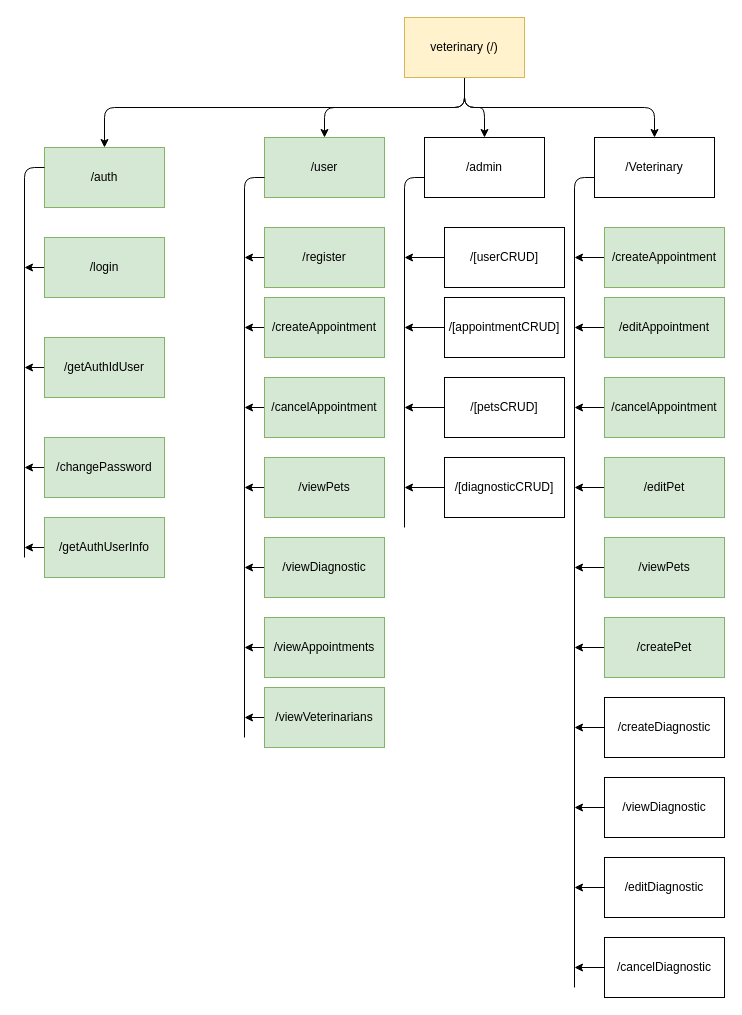
Above: diagrams/NAV.drawio in fernandoach/API-VETERINARY (draw.io), before the change. Source tidied: cells renumbered, new cells numbered last; positions are measured from the earlier drawing's top-left corner, leaving out a move shared by most shapes. Both pictures are drawn from the tidied source at 100%, with x=0, y=0 at pixel (24, 17).
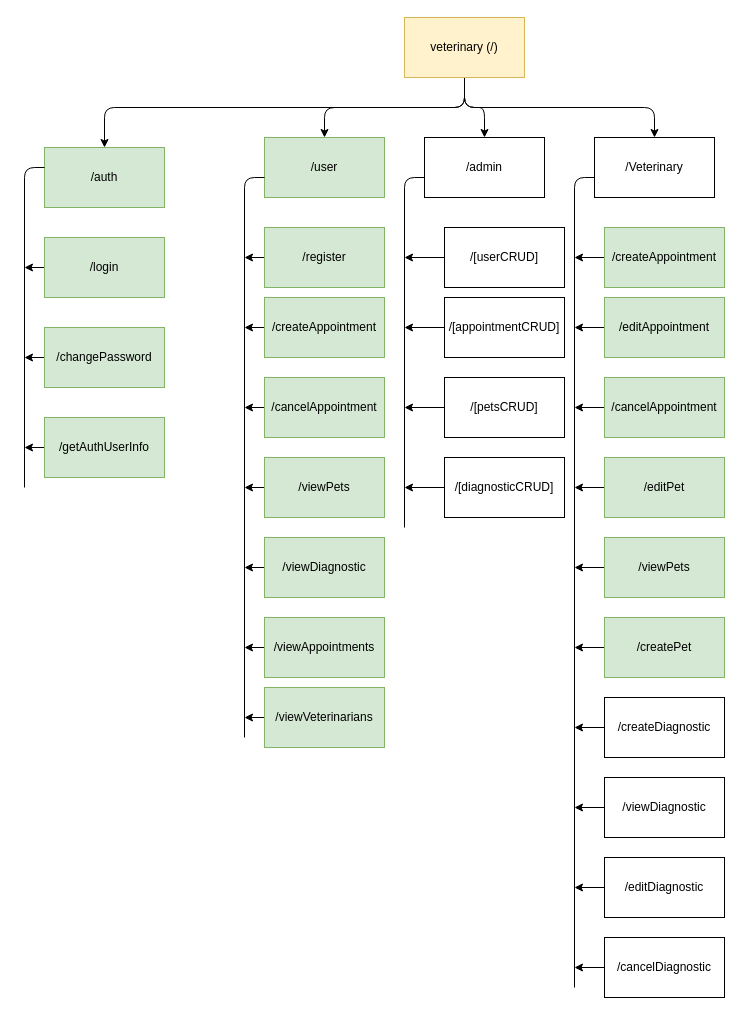
After the change.

Diff of the diagram source:
```diff
@@
     <mxCell id="20" style="edgeStyle=none;html=1;" parent="1" edge="1" source="21">
       <mxGeometry relative="1" as="geometry">
-        <mxPoint y="450" as="targetPoint" />
+        <mxPoint y="340" as="targetPoint" />
       </mxGeometry>
     </mxCell>
     <mxCell id="21" value="/changePassword" style="rounded=0;whiteSpace=wrap;html=1;fillColor=#d5e8d4;strokeColor=#82b366;" parent="1" vertex="1">
-      <mxGeometry x="20" y="420" width="120" height="60" as="geometry" />
+      <mxGeometry x="20" y="310" width="120" height="60" as="geometry" />
     </mxCell>
@@
-    <mxCell id="47" style="edgeStyle=none;html=1;" parent="1" edge="1" source="48">
-      <mxGeometry relative="1" as="geometry">
-        <mxPoint y="350" as="targetPoint" />
-      </mxGeometry>
-    </mxCell>
-    <mxCell id="48" value="/getAuthIdUser" style="rounded=0;whiteSpace=wrap;html=1;fillColor=#d5e8d4;strokeColor=#82b366;" parent="1" vertex="1">
-      <mxGeometry x="20" y="320" width="120" height="60" as="geometry" />
-    </mxCell>
@@
     <mxCell id="50" style="endArrow=none;html=1;" parent="1" edge="1">
       <mxGeometry relative="1" as="geometry">
-        <mxPoint y="540" as="sourcePoint" />
+        <mxPoint y="470" as="sourcePoint" />
         <mxPoint x="20" y="150" as="targetPoint" />
         <Array as="points">
           <mxPoint y="150" />
         </Array>
       </mxGeometry>
     </mxCell>
     <mxCell id="51" style="edgeStyle=none;html=1;" parent="1" edge="1" source="52">
       <mxGeometry relative="1" as="geometry">
-        <mxPoint y="530" as="targetPoint" />
+        <mxPoint y="430" as="targetPoint" />
       </mxGeometry>
     </mxCell>
     <mxCell id="52" value="/getAuthUserInfo" style="rounded=0;whiteSpace=wrap;html=1;fillColor=#d5e8d4;strokeColor=#82b366;" parent="1" vertex="1">
-      <mxGeometry x="20" y="500" width="120" height="60" as="geometry" />
+      <mxGeometry x="20" y="400" width="120" height="60" as="geometry" />
     </mxCell>
```
